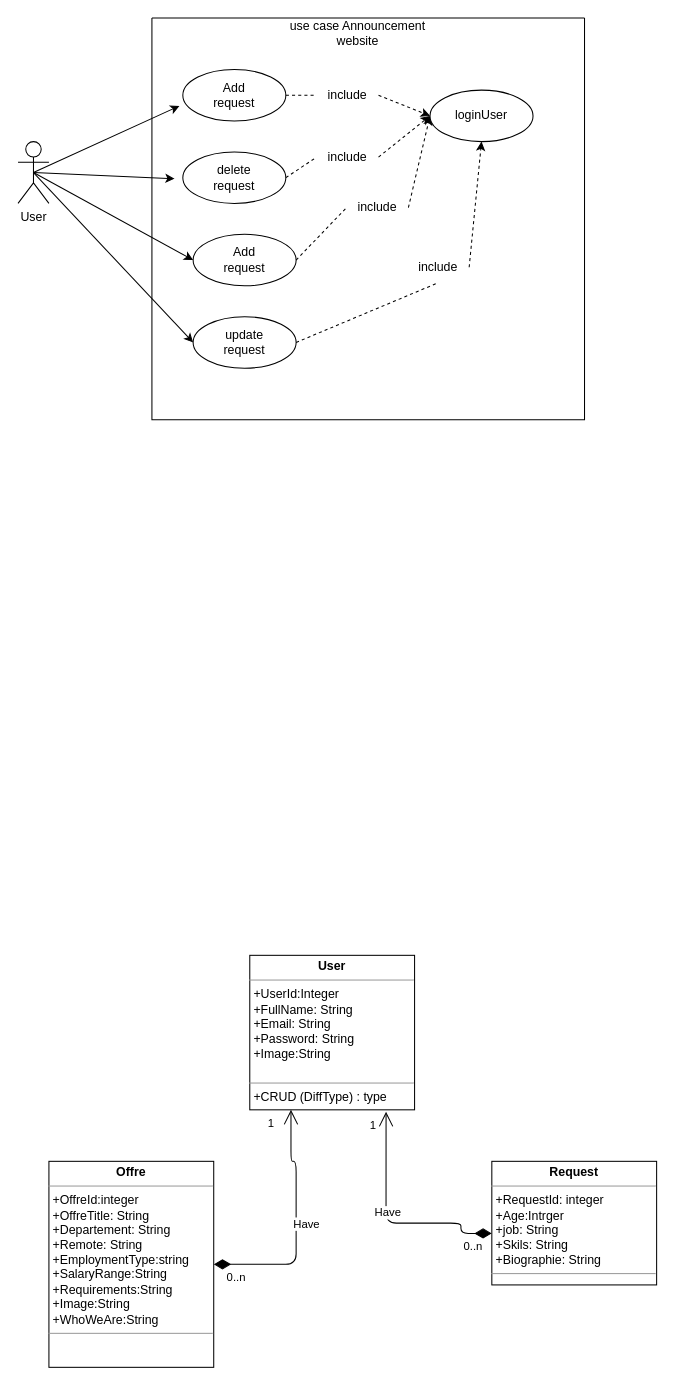
Before: diagram.drawio in Elkafhi-Youssef/Announcement_website, a draw.io diagram. Source tidied: cells renumbered, new cells numbered last; positions are measured from the earlier drawing's top-left corner, leaving out a move shared by most shapes. Both pictures are drawn from the tidied source at 103%, with x=0, y=0 at pixel (18, 18).
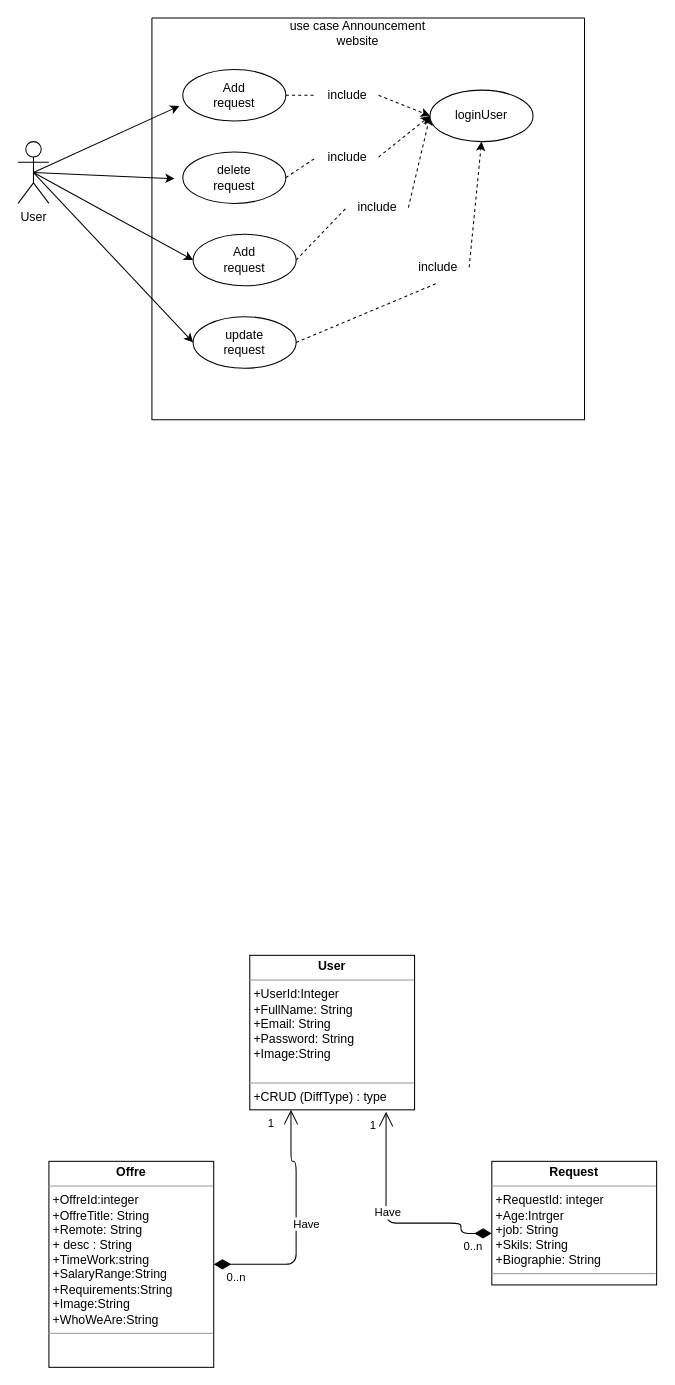
After the change.

What changed in the source:
```diff
@@
-    <mxCell id="33" value="&lt;p style=&quot;margin: 0px ; margin-top: 4px ; text-align: center&quot;&gt;&lt;b&gt;Offre&lt;/b&gt;&lt;/p&gt;&lt;hr size=&quot;1&quot;&gt;&lt;p style=&quot;margin: 0px ; margin-left: 4px&quot;&gt;+OffreId:integer&lt;/p&gt;&lt;p style=&quot;margin: 0px ; margin-left: 4px&quot;&gt;+OffreTitle: String&lt;/p&gt;&lt;p style=&quot;margin: 0px ; margin-left: 4px&quot;&gt;+Departement: String&lt;/p&gt;&lt;p style=&quot;margin: 0px ; margin-left: 4px&quot;&gt;+Remote: String&lt;/p&gt;&lt;p style=&quot;margin: 0px ; margin-left: 4px&quot;&gt;+EmploymentType:string&lt;/p&gt;&lt;p style=&quot;margin: 0px ; margin-left: 4px&quot;&gt;+SalaryRange:String&lt;/p&gt;&lt;p style=&quot;margin: 0px ; margin-left: 4px&quot;&gt;+Requirements:String&lt;/p&gt;&lt;p style=&quot;margin: 0px ; margin-left: 4px&quot;&gt;+Image:String&lt;/p&gt;&lt;p style=&quot;margin: 0px ; margin-left: 4px&quot;&gt;+WhoWeAre:String&lt;/p&gt;&lt;hr size=&quot;1&quot;&gt;&lt;p style=&quot;margin: 0px ; margin-left: 4px&quot;&gt;&lt;br&gt;&lt;/p&gt;" style="verticalAlign=top;align=left;overflow=fill;fontSize=12;fontFamily=Helvetica;html=1;" parent="1" vertex="1">
+    <mxCell id="33" value="&lt;p style=&quot;margin: 0px ; margin-top: 4px ; text-align: center&quot;&gt;&lt;b&gt;Offre&lt;/b&gt;&lt;/p&gt;&lt;hr size=&quot;1&quot;&gt;&lt;p style=&quot;margin: 0px ; margin-left: 4px&quot;&gt;+OffreId:integer&lt;/p&gt;&lt;p style=&quot;margin: 0px ; margin-left: 4px&quot;&gt;+OffreTitle: String&lt;/p&gt;&lt;p style=&quot;margin: 0px ; margin-left: 4px&quot;&gt;+Remote: String&lt;/p&gt;&lt;p style=&quot;margin: 0px ; margin-left: 4px&quot;&gt;+ desc : String&lt;/p&gt;&lt;p style=&quot;margin: 0px ; margin-left: 4px&quot;&gt;+TimeWork:string&lt;/p&gt;&lt;p style=&quot;margin: 0px ; margin-left: 4px&quot;&gt;+SalaryRange:String&lt;/p&gt;&lt;p style=&quot;margin: 0px ; margin-left: 4px&quot;&gt;+Requirements:String&lt;/p&gt;&lt;p style=&quot;margin: 0px ; margin-left: 4px&quot;&gt;+Image:String&lt;/p&gt;&lt;p style=&quot;margin: 0px ; margin-left: 4px&quot;&gt;+WhoWeAre:String&lt;/p&gt;&lt;hr size=&quot;1&quot;&gt;&lt;p style=&quot;margin: 0px ; margin-left: 4px&quot;&gt;&lt;br&gt;&lt;/p&gt;" style="verticalAlign=top;align=left;overflow=fill;fontSize=12;fontFamily=Helvetica;html=1;" parent="1" vertex="1">
       <mxGeometry x="30" y="1110" width="160" height="200" as="geometry" />
     </mxCell>
```
